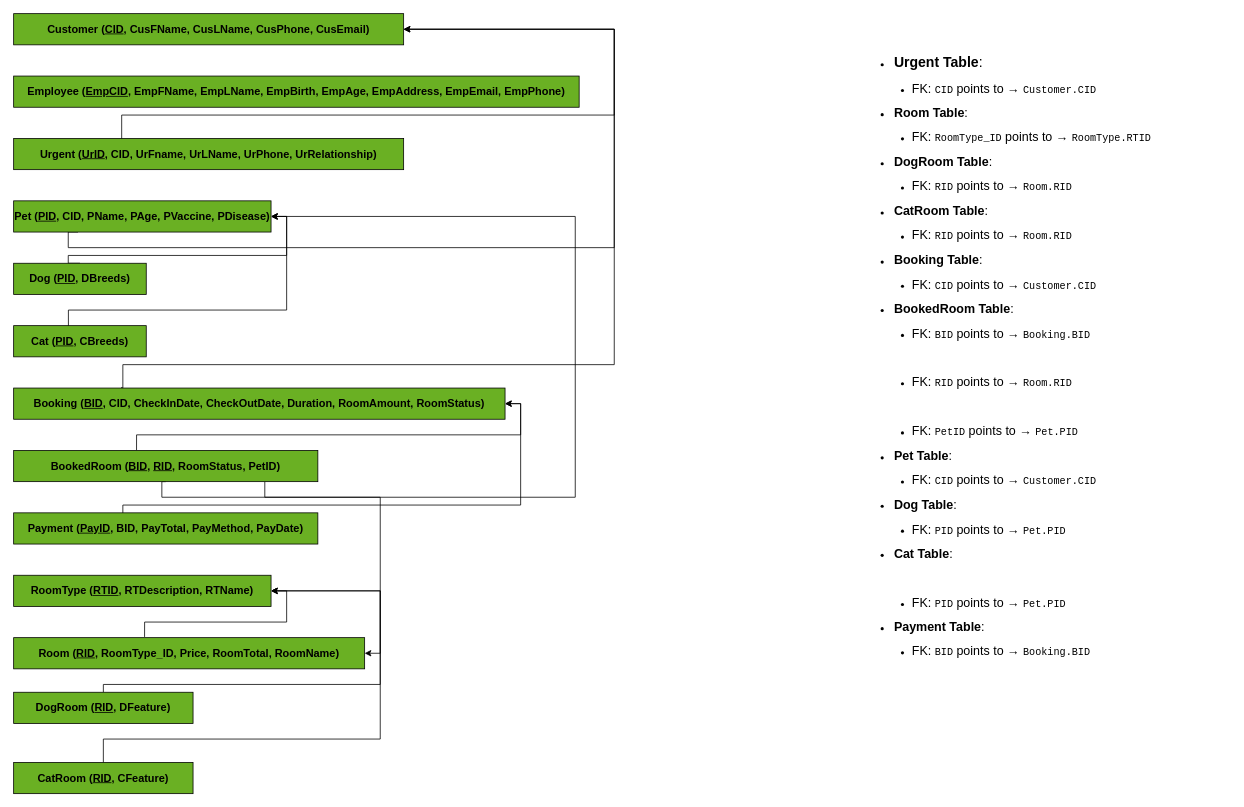
Poom5741/cs251ERD keeps this draw.io diagram as phase2.drawio. Above is the earlier version. Source tidied: cells renumbered, new cells numbered last; positions are measured from the earlier drawing's top-left corner, leaving out a move shared by most shapes. Both pictures are drawn from the tidied source at 78%, with x=0, y=0 at pixel (13, 13).
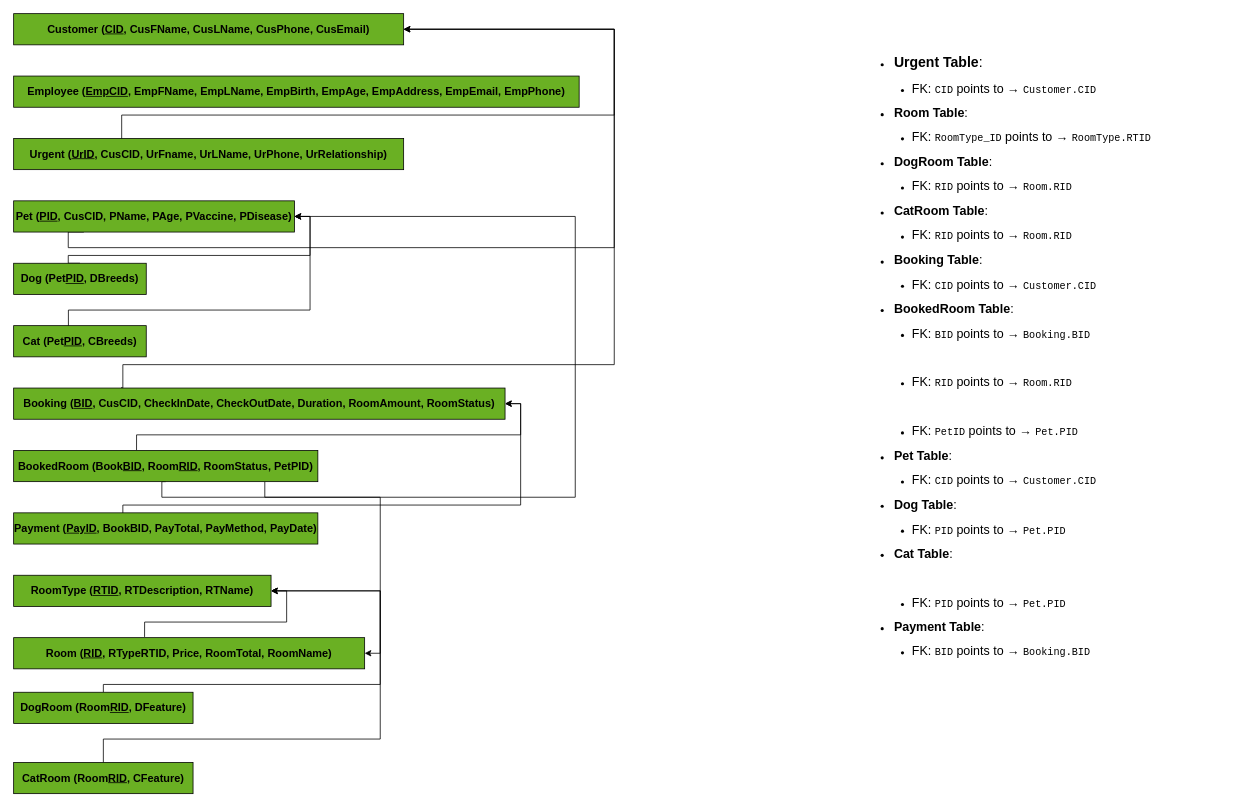
The same page after the edit.

The edit, as a diff of the source:
```diff
@@
-    <mxCell id="5" value="Urgent (&lt;u&gt;UrID&lt;/u&gt;, CID, UrFname, UrLName, UrPhone, UrRelationship)" style="rounded=0;whiteSpace=wrap;html=1;fillColor=#6AB023;fontStyle=1;fontSize=14;strokeColor=#000000;" parent="1" vertex="1">
+    <mxCell id="5" value="Urgent (&lt;u&gt;UrID&lt;/u&gt;, CusCID, UrFname, UrLName, UrPhone, UrRelationship)" style="rounded=0;whiteSpace=wrap;html=1;fillColor=#6AB023;fontStyle=1;fontSize=14;strokeColor=#000000;" parent="1" vertex="1">
       <mxGeometry y="160" width="500" height="40" as="geometry" />
     </mxCell>
@@
-    <mxCell id="7" value="Room (&lt;u&gt;RID&lt;/u&gt;, RoomType_ID, Price, RoomTotal, RoomName)" style="rounded=0;whiteSpace=wrap;html=1;fillColor=#6AB023;fontStyle=1;fontSize=14;strokeColor=#000000;" parent="1" vertex="1">
+    <mxCell id="7" value="Room (&lt;u&gt;RID&lt;/u&gt;, RTypeRTID, Price, RoomTotal, RoomName)" style="rounded=0;whiteSpace=wrap;html=1;fillColor=#6AB023;fontStyle=1;fontSize=14;strokeColor=#000000;" parent="1" vertex="1">
       <mxGeometry y="800" width="450" height="40" as="geometry" />
     </mxCell>
@@
-    <mxCell id="10" value="DogRoom (&lt;u&gt;RID&lt;/u&gt;, DFeature)" style="rounded=0;whiteSpace=wrap;html=1;fillColor=#6AB023;fontStyle=1;fontSize=14;strokeColor=#000000;" parent="1" vertex="1">
+    <mxCell id="10" value="DogRoom (Room&lt;u&gt;RID&lt;/u&gt;, DFeature)" style="rounded=0;whiteSpace=wrap;html=1;fillColor=#6AB023;fontStyle=1;fontSize=14;strokeColor=#000000;" parent="1" vertex="1">
       <mxGeometry y="870" width="230" height="40" as="geometry" />
     </mxCell>
@@
-    <mxCell id="12" value="CatRoom (&lt;u&gt;RID&lt;/u&gt;, CFeature)" style="rounded=0;whiteSpace=wrap;html=1;fillColor=#6AB023;fontStyle=1;fontSize=14;strokeColor=#000000;" parent="1" vertex="1">
+    <mxCell id="12" value="CatRoom (Room&lt;u&gt;RID&lt;/u&gt;, CFeature)" style="rounded=0;whiteSpace=wrap;html=1;fillColor=#6AB023;fontStyle=1;fontSize=14;strokeColor=#000000;" parent="1" vertex="1">
       <mxGeometry y="960" width="230" height="40" as="geometry" />
     </mxCell>
@@
-    <mxCell id="14" value="Booking (&lt;u&gt;BID&lt;/u&gt;, CID, CheckInDate, CheckOutDate, Duration, RoomAmount, RoomStatus)" style="rounded=0;whiteSpace=wrap;html=1;fillColor=#6AB023;fontStyle=1;fontSize=14;strokeColor=#000000;" parent="1" vertex="1">
+    <mxCell id="14" value="Booking (&lt;u&gt;BID&lt;/u&gt;, CusCID, CheckInDate, CheckOutDate, Duration, RoomAmount, RoomStatus)" style="rounded=0;whiteSpace=wrap;html=1;fillColor=#6AB023;fontStyle=1;fontSize=14;strokeColor=#000000;" parent="1" vertex="1">
       <mxGeometry y="480" width="630" height="40" as="geometry" />
     </mxCell>
@@
-    <mxCell id="18" value="BookedRoom (&lt;u&gt;BID&lt;/u&gt;, &lt;u&gt;RID&lt;/u&gt;, RoomStatus, PetID)" style="rounded=0;whiteSpace=wrap;html=1;fillColor=#6AB023;fontStyle=1;fontSize=14;strokeColor=#000000;" parent="1" vertex="1">
+    <mxCell id="18" value="BookedRoom (Book&lt;u&gt;BID&lt;/u&gt;, Room&lt;u&gt;RID&lt;/u&gt;, RoomStatus, PetPID)" style="rounded=0;whiteSpace=wrap;html=1;fillColor=#6AB023;fontStyle=1;fontSize=14;strokeColor=#000000;" parent="1" vertex="1">
       <mxGeometry y="560" width="390" height="40" as="geometry" />
     </mxCell>
@@
-    <mxCell id="20" value="Pet (&lt;u&gt;PID&lt;/u&gt;, CID, PName, PAge, PVaccine, PDisease)" style="rounded=0;whiteSpace=wrap;html=1;fillColor=#6AB023;fontStyle=1;fontSize=14;strokeColor=#000000;" parent="1" vertex="1">
-      <mxGeometry y="240" width="330" height="40" as="geometry" />
+    <mxCell id="20" value="Pet (&lt;u&gt;PID&lt;/u&gt;, CusCID, PName, PAge, PVaccine, PDisease)" style="rounded=0;whiteSpace=wrap;html=1;fillColor=#6AB023;fontStyle=1;fontSize=14;strokeColor=#000000;" parent="1" vertex="1">
+      <mxGeometry y="240" width="360" height="40" as="geometry" />
     </mxCell>
     <mxCell id="21" style="edgeStyle=orthogonalEdgeStyle;rounded=0;jettySize=auto;html=1;exitX=0.5;exitY=0;exitDx=0;exitDy=0;entryX=1;entryY=0.5;entryDx=0;entryDy=0;" parent="1" edge="1" source="22" target="20">
       <mxGeometry relative="1" as="geometry">
         <Array as="points">
           <mxPoint x="70" y="320" />
           <mxPoint x="70" y="310" />
-          <mxPoint x="350" y="310" />
-          <mxPoint x="350" y="260" />
+          <mxPoint x="380" y="310" />
+          <mxPoint x="380" y="260" />
         </Array>
       </mxGeometry>
     </mxCell>
-    <mxCell id="22" value="Dog (&lt;u&gt;PID&lt;/u&gt;, DBreeds)" style="rounded=0;whiteSpace=wrap;html=1;fillColor=#6AB023;fontStyle=1;fontSize=14;strokeColor=#000000;" parent="1" vertex="1">
+    <mxCell id="22" value="Dog (Pet&lt;u&gt;PID&lt;/u&gt;, DBreeds)" style="rounded=0;whiteSpace=wrap;html=1;fillColor=#6AB023;fontStyle=1;fontSize=14;strokeColor=#000000;" parent="1" vertex="1">
       <mxGeometry y="320" width="170" height="40" as="geometry" />
     </mxCell>
     <mxCell id="23" style="edgeStyle=orthogonalEdgeStyle;rounded=0;jettySize=auto;html=1;entryX=1;entryY=0.5;entryDx=0;entryDy=0;exitX=0.413;exitY=0.008;exitDx=0;exitDy=0;exitPerimeter=0;" parent="1" edge="1" source="24" target="20">
       <mxGeometry relative="1" as="geometry">
         <Array as="points">
           <mxPoint x="70" y="380" />
-          <mxPoint x="350" y="380" />
-          <mxPoint x="350" y="260" />
+          <mxPoint x="380" y="380" />
+          <mxPoint x="380" y="260" />
         </Array>
       </mxGeometry>
     </mxCell>
-    <mxCell id="24" value="Cat (&lt;u&gt;PID&lt;/u&gt;, CBreeds)" style="rounded=0;whiteSpace=wrap;html=1;fillColor=#6AB023;fontStyle=1;fontSize=14;strokeColor=#000000;" parent="1" vertex="1">
+    <mxCell id="24" value="Cat (Pet&lt;u&gt;PID&lt;/u&gt;, CBreeds)" style="rounded=0;whiteSpace=wrap;html=1;fillColor=#6AB023;fontStyle=1;fontSize=14;strokeColor=#000000;" parent="1" vertex="1">
       <mxGeometry y="400" width="170" height="40" as="geometry" />
     </mxCell>
@@
-    <mxCell id="26" value="Payment (&lt;u&gt;PayID&lt;/u&gt;, BID, PayTotal, PayMethod, PayDate)" style="rounded=0;whiteSpace=wrap;html=1;fillColor=#6AB023;fontStyle=1;fontSize=14;strokeColor=#000000;" parent="1" vertex="1">
+    <mxCell id="26" value="Payment (&lt;u&gt;PayID&lt;/u&gt;, BookBID, PayTotal, PayMethod, PayDate)" style="rounded=0;whiteSpace=wrap;html=1;fillColor=#6AB023;fontStyle=1;fontSize=14;strokeColor=#000000;" parent="1" vertex="1">
       <mxGeometry y="640" width="390" height="40" as="geometry" />
     </mxCell>
```
